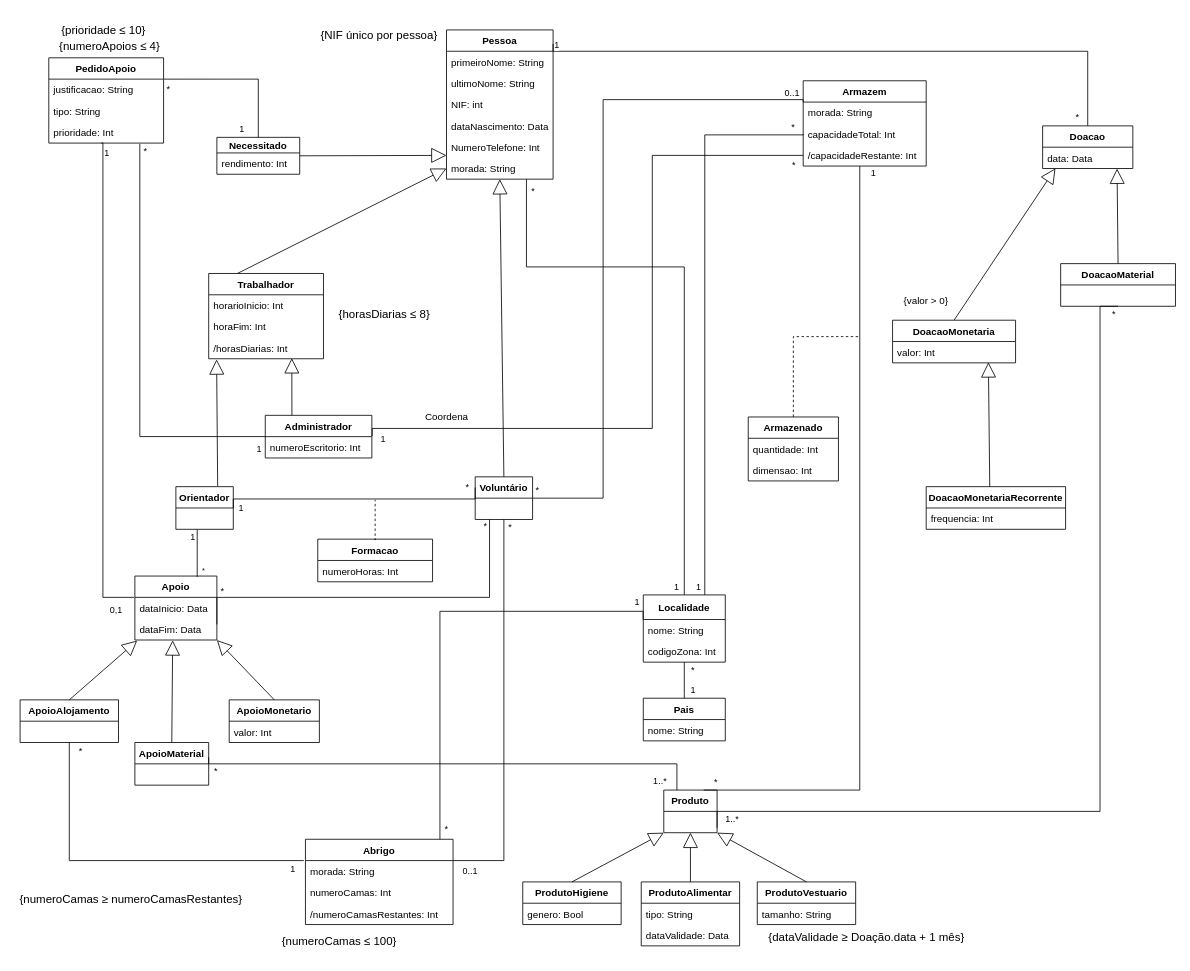
The draw.io diagram Delivery_I/diagram.drawio in francisco-rente/FEUP-BDAD, before the edit. Source tidied: cells renumbered, new cells numbered last; positions are measured from the earlier drawing's top-left corner, leaving out a move shared by most shapes. Both pictures are drawn from the tidied source at 82%, with x=0, y=0 at pixel (14, 25).
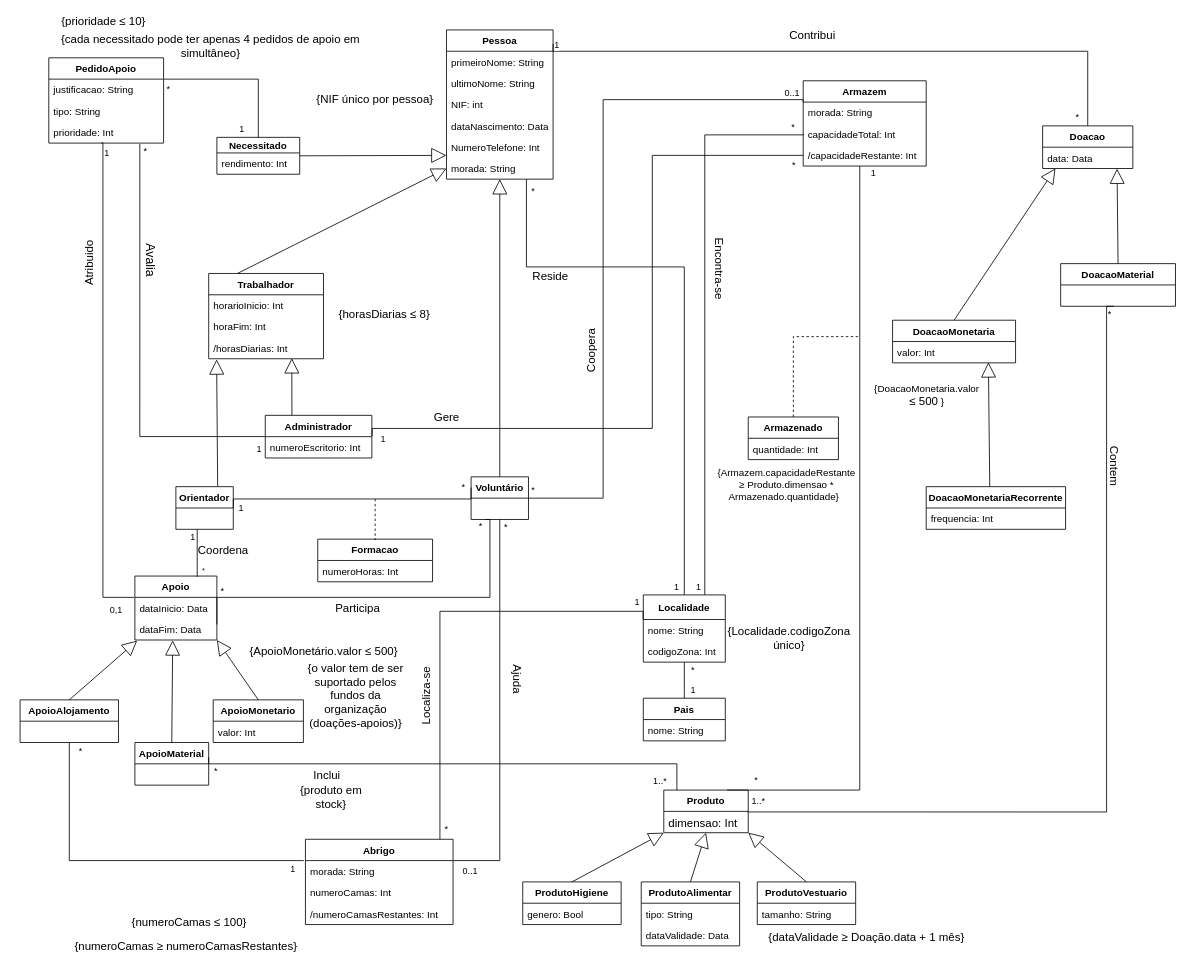
The same diagram, later.

Commit message (it also covers changes not shown here):
added diagram with updated constraints

The change refers to these unchanged cells:
```xml
<mxCell id="46" value="DoacaoMaterial" style="swimlane;fontStyle=1;horizontal=1;startSize=26;fillColor=none;" parent="1" vertex="1">
  <mxGeometry x="1276" y="291" width="140" height="52" as="geometry" />
</mxCell>
<mxCell id="70" style="endArrow=none;html=1;edgeStyle=orthogonalEdgeStyle;rounded=0;entryX=0.75;entryY=0;entryDx=0;entryDy=0;" parent="1" edge="1" source="18" target="29">
  <mxGeometry x="61.1" y="11.7" as="geometry">
    <Array as="points">
      <mxPoint x="1031" y="933" />
    </Array>
  </mxGeometry>
</mxCell>
<mxCell id="103" value="Formacao" style="swimlane;fontStyle=1;horizontal=1;startSize=26;fillColor=none;" parent="1" vertex="1">
  <mxGeometry x="370" y="627" width="140" height="52" as="geometry" />
</mxCell>
```

The edit, as a diff of the source:
```diff
@@
     <mxCell id="13" value="Voluntário" style="swimlane;fontStyle=1;horizontal=1;startSize=26;fillColor=none;" parent="1" vertex="1">
-      <mxGeometry x="562" y="551" width="70" height="52" as="geometry" />
+      <mxGeometry x="557" y="551" width="70" height="52" as="geometry" />
     </mxCell>
@@
     <mxCell id="23" value="ApoioMonetario" style="swimlane;fontStyle=1;horizontal=1;startSize=26;fillColor=none;" parent="1" vertex="1">
-      <mxGeometry x="262" y="823" width="110" height="52" as="geometry" />
+      <mxGeometry x="242.5" y="823" width="110" height="52" as="geometry" />
     </mxCell>
@@
     <mxCell id="29" value="Produto" style="swimlane;fontStyle=1;horizontal=1;startSize=26;fillColor=none;" parent="1" vertex="1">
-      <mxGeometry x="792" y="933" width="65" height="52" as="geometry" />
+      <mxGeometry x="792" y="933" width="103" height="52" as="geometry" />
     </mxCell>
+    <mxCell id="43" value="dimensao: Int" style="text;strokeColor=none;fillColor=none;align=left;verticalAlign=top;spacingLeft=4;spacingRight=4;overflow=hidden;points=[[0,0.5],[1,0.5]];portConstraint=eastwest;fontSize=14;" parent="29" vertex="1">
+      <mxGeometry y="26" width="103" height="26" as="geometry" />
+    </mxCell>
@@
     <mxCell id="41" value="Armazenado" style="swimlane;fontStyle=1;horizontal=1;startSize=26;fillColor=none;" parent="1" vertex="1">
-      <mxGeometry x="895" y="478" width="110" height="78" as="geometry" />
+      <mxGeometry x="895" y="478" width="110" height="52" as="geometry" />
     </mxCell>
@@
-    <mxCell id="43" value="dimensao: Int" style="text;strokeColor=none;fillColor=none;align=left;verticalAlign=top;spacingLeft=4;spacingRight=4;overflow=hidden;points=[[0,0.5],[1,0.5]];portConstraint=eastwest;" parent="41" vertex="1">
-      <mxGeometry y="52" width="110" height="26" as="geometry" />
-    </mxCell>
@@
     <mxCell id="72" value="*" style="edgeLabel;html=1;align=right;verticalAlign=bottom;" parent="70" vertex="1">
       <mxGeometry x="1" relative="1" as="geometry">
-        <mxPoint x="17.2" y="-2" as="offset" />
+        <mxPoint x="37.8" y="-4" as="offset" />
       </mxGeometry>
     </mxCell>
@@
     <mxCell id="97" value="&lt;font style=&quot;font-size: 14px&quot;&gt;{&lt;/font&gt;&lt;font style=&quot;font-size: 14px&quot;&gt;&lt;font style=&quot;font-size: 14px&quot;&gt;numeroCamas ≥&amp;nbsp;&lt;/font&gt;&lt;/font&gt;&lt;font style=&quot;font-size: 14px&quot;&gt;&lt;font style=&quot;font-size: 14px&quot;&gt;&lt;font style=&quot;font-size: 14px&quot;&gt;numeroCamasRestantes&lt;/font&gt;&lt;/font&gt;}&lt;/font&gt;" style="text;html=1;strokeColor=none;fillColor=none;align=center;verticalAlign=middle;whiteSpace=wrap;rounded=1;" parent="1" vertex="1">
-      <mxGeometry y="1052" width="285" height="28" as="geometry" />
+      <mxGeometry x="67" y="1109" width="285" height="28" as="geometry" />
     </mxCell>
@@
     <mxCell id="100" value="&lt;font style=&quot;font-size: 14px&quot;&gt;{NIF único por pessoa}&lt;/font&gt;" style="text;html=1;strokeColor=none;fillColor=none;align=center;verticalAlign=middle;whiteSpace=wrap;rounded=0;" parent="1" vertex="1">
-      <mxGeometry x="370" y="2" width="150" height="20" as="geometry" />
+      <mxGeometry x="365" y="80" width="150" height="20" as="geometry" />
     </mxCell>
     <mxCell id="101" value="&lt;font style=&quot;font-size: 14px&quot;&gt;{numeroCamas ≤ 100}&lt;/font&gt;" style="text;html=1;strokeColor=none;fillColor=none;align=center;verticalAlign=middle;whiteSpace=wrap;rounded=1;" parent="1" vertex="1">
-      <mxGeometry x="306" y="1109" width="181" height="18" as="geometry" />
+      <mxGeometry x="123" y="1085" width="181" height="18" as="geometry" />
     </mxCell>
-    <mxCell id="102" value="{valor &amp;gt; 0}" style="text;html=1;strokeColor=none;fillColor=none;align=center;verticalAlign=middle;whiteSpace=wrap;rounded=0;" parent="1" vertex="1">
-      <mxGeometry x="1082" y="327" width="60" height="20" as="geometry" />
+    <mxCell id="102" value="{DoacaoMonetaria.valor &lt;font style=&quot;font-size: 14px&quot;&gt;&lt;span class=&quot;box&quot;&gt;≤ 500&lt;/span&gt;&lt;/font&gt; }" style="text;html=1;strokeColor=none;fillColor=none;align=center;verticalAlign=middle;whiteSpace=wrap;rounded=0;" parent="1" vertex="1">
+      <mxGeometry x="1053" y="442" width="120" height="20" as="geometry" />
     </mxCell>
@@
-    <mxCell id="109" style="endArrow=none;html=1;edgeStyle=orthogonalEdgeStyle;rounded=0;exitX=0.5;exitY=1;exitDx=0;exitDy=0;" parent="1" edge="1" source="46">
-      <mxGeometry x="41" y="26" as="geometry">
-        <mxPoint x="857" y="979" as="targetPoint" />
+    <mxCell id="109" style="endArrow=none;html=1;edgeStyle=orthogonalEdgeStyle;rounded=0;exitX=0.5;exitY=1;exitDx=0;exitDy=0;entryX=0.99;entryY=0.026;entryDx=0;entryDy=0;entryPerimeter=0;" parent="1" edge="1" target="43">
+      <mxGeometry x="36" y="26" as="geometry">
+        <mxPoint x="1341" y="343" as="sourcePoint" />
         <Array as="points">
-          <mxPoint x="1324" y="959" />
-          <mxPoint x="857" y="959" />
+          <mxPoint x="1332" y="343" />
+          <mxPoint x="1332" y="960" />
         </Array>
       </mxGeometry>
     </mxCell>
@@
     <mxCell id="111" value="1..*" style="edgeLabel;html=1;align=right;verticalAlign=bottom;" parent="109" vertex="1">
       <mxGeometry x="1" relative="1" as="geometry">
-        <mxPoint x="27" y="-3" as="offset" />
+        <mxPoint x="22.7" y="-4.7" as="offset" />
       </mxGeometry>
     </mxCell>
@@
-    <mxCell id="128" value="&lt;font style=&quot;font-size: 14px&quot;&gt;{numeroApoios &lt;/font&gt;&lt;font style=&quot;font-size: 14px&quot;&gt;&lt;span class=&quot;box&quot;&gt;≤&lt;/span&gt;&lt;/font&gt;&lt;font style=&quot;font-size: 14px&quot;&gt;&lt;span class=&quot;box&quot;&gt; &lt;/span&gt;4}&lt;/font&gt;" style="text;html=1;strokeColor=none;fillColor=none;align=center;verticalAlign=middle;whiteSpace=wrap;rounded=0;" parent="1" vertex="1">
-      <mxGeometry x="51" y="19" width="131" height="13" as="geometry" />
+    <mxCell id="128" value="{cada necessitado pode ter apenas 4 pedidos de apoio em simultâneo}" style="text;html=1;strokeColor=none;fillColor=none;align=center;verticalAlign=middle;whiteSpace=wrap;rounded=0;fontSize=14;" parent="1" vertex="1">
+      <mxGeometry x="42" y="18" width="395" height="13" as="geometry" />
     </mxCell>
     <mxCell id="129" value="&lt;font style=&quot;font-size: 14px&quot;&gt;{prioridade&lt;/font&gt;&lt;font style=&quot;font-size: 14px&quot;&gt;&lt;span class=&quot;box&quot;&gt; ≤ 10&lt;/span&gt;}&lt;/font&gt;" style="text;html=1;strokeColor=none;fillColor=none;align=center;verticalAlign=middle;whiteSpace=wrap;rounded=0;" parent="1" vertex="1">
-      <mxGeometry x="51" width="116" height="13" as="geometry" />
+      <mxGeometry x="51" y="-11" width="116" height="13" as="geometry" />
     </mxCell>
@@
     <mxCell id="136" style="endArrow=none;html=1;edgeStyle=orthogonalEdgeStyle;rounded=0;dashed=1;exitX=0.5;exitY=0;exitDx=0;exitDy=0;" parent="1" edge="1" source="103">
       <mxGeometry relative="1" as="geometry">
-        <mxPoint x="440" y="579" as="targetPoint" />
+        <mxPoint x="440" y="578" as="targetPoint" />
         <Array as="points">
           <mxPoint x="440" y="628" />
         </Array>
       </mxGeometry>
     </mxCell>
@@
-    <mxCell id="143" value="Coordena" style="text;html=1;strokeColor=none;fillColor=none;align=center;verticalAlign=middle;whiteSpace=wrap;rounded=0;" parent="1" vertex="1">
+    <mxCell id="143" value="&lt;font style=&quot;font-size: 14px&quot;&gt;Gere&lt;/font&gt;" style="text;html=1;strokeColor=none;fillColor=none;align=center;verticalAlign=middle;whiteSpace=wrap;rounded=0;" parent="1" vertex="1">
       <mxGeometry x="493" y="468" width="69" height="20" as="geometry" />
     </mxCell>
+    <mxCell id="144" value="&lt;font style=&quot;font-size: 15px&quot;&gt;Avalia&lt;/font&gt;" style="text;html=1;strokeColor=none;fillColor=none;align=center;verticalAlign=middle;whiteSpace=wrap;rounded=0;rotation=90;" parent="1" vertex="1">
+      <mxGeometry x="147" y="277" width="40" height="20" as="geometry" />
+    </mxCell>
+    <mxCell id="145" value="Atribuido" style="text;html=1;strokeColor=none;fillColor=none;align=center;verticalAlign=middle;whiteSpace=wrap;rounded=0;rotation=-90;fontSize=14;" parent="1" vertex="1">
+      <mxGeometry x="72" y="280" width="40" height="20" as="geometry" />
+    </mxCell>
+    <mxCell id="146" value="&lt;font style=&quot;font-size: 14px&quot;&gt;Participa&lt;/font&gt;" style="text;html=1;strokeColor=none;fillColor=none;align=center;verticalAlign=middle;whiteSpace=wrap;rounded=0;fontSize=14;" parent="1" vertex="1">
+      <mxGeometry x="399" y="701" width="40" height="20" as="geometry" />
+    </mxCell>
+    <mxCell id="147" value="Coordena" style="text;html=1;strokeColor=none;fillColor=none;align=center;verticalAlign=middle;whiteSpace=wrap;rounded=0;fontSize=14;" parent="1" vertex="1">
+      <mxGeometry x="235" y="631" width="40" height="20" as="geometry" />
+    </mxCell>
+    <mxCell id="148" value="Ajuda" style="text;html=1;strokeColor=none;fillColor=none;align=center;verticalAlign=middle;whiteSpace=wrap;rounded=0;fontSize=14;rotation=90;" parent="1" vertex="1">
+      <mxGeometry x="594" y="788" width="40" height="20" as="geometry" />
+    </mxCell>
+    <mxCell id="149" value="Contribui" style="text;html=1;strokeColor=none;fillColor=none;align=center;verticalAlign=middle;whiteSpace=wrap;rounded=0;fontSize=14;" parent="1" vertex="1">
+      <mxGeometry x="936" y="2" width="75" height="20" as="geometry" />
+    </mxCell>
+    <mxCell id="150" value="Reside" style="text;html=1;strokeColor=none;fillColor=none;align=center;verticalAlign=middle;whiteSpace=wrap;rounded=0;fontSize=14;" parent="1" vertex="1">
+      <mxGeometry x="634" y="297" width="40" height="20" as="geometry" />
+    </mxCell>
+    <mxCell id="151" value="Localiza-se" style="text;html=1;strokeColor=none;fillColor=none;align=center;verticalAlign=middle;whiteSpace=wrap;rounded=0;fontSize=14;rotation=-90;" parent="1" vertex="1">
+      <mxGeometry x="463" y="808" width="79" height="20" as="geometry" />
+    </mxCell>
+    <mxCell id="152" value="Encontra-se" style="text;html=1;strokeColor=none;fillColor=none;align=center;verticalAlign=middle;whiteSpace=wrap;rounded=0;fontSize=14;rotation=90;" parent="1" vertex="1">
+      <mxGeometry x="818" y="287.5" width="85" height="20" as="geometry" />
+    </mxCell>
+    <mxCell id="153" value="Inclui" style="text;html=1;strokeColor=none;fillColor=none;align=center;verticalAlign=middle;whiteSpace=wrap;rounded=0;fontSize=14;" parent="1" vertex="1">
+      <mxGeometry x="359" y="905" width="45" height="20" as="geometry" />
+    </mxCell>
+    <mxCell id="154" value="Contem" style="text;html=1;strokeColor=none;fillColor=none;align=center;verticalAlign=middle;whiteSpace=wrap;rounded=0;fontSize=14;rotation=90;" parent="1" vertex="1">
+      <mxGeometry x="1322" y="528" width="40" height="20" as="geometry" />
+    </mxCell>
+    <mxCell id="155" value="Coopera" style="text;html=1;strokeColor=none;fillColor=none;align=center;verticalAlign=middle;whiteSpace=wrap;rounded=0;rotation=-90;fontSize=14;" parent="1" vertex="1">
+      <mxGeometry x="684" y="387" width="40" height="20" as="geometry" />
+    </mxCell>
+    <mxCell id="156" value="{ApoioMonetário.valor &lt;font style=&quot;font-size: 14px&quot;&gt;&lt;span class=&quot;box&quot;&gt;≤ 500}&lt;/span&gt;&lt;/font&gt;" style="text;html=1;strokeColor=none;fillColor=none;align=center;verticalAlign=middle;whiteSpace=wrap;rounded=0;fontSize=14;" parent="1" vertex="1">
+      <mxGeometry x="284" y="754" width="187" height="20" as="geometry" />
+    </mxCell>
+    <mxCell id="157" value="{o valor tem de ser suportado pelos fundos da organização (doações-apoios)}" style="text;html=1;strokeColor=none;fillColor=none;align=center;verticalAlign=middle;whiteSpace=wrap;rounded=0;fontSize=14;" parent="1" vertex="1">
+      <mxGeometry x="355" y="808" width="123" height="20" as="geometry" />
+    </mxCell>
+    <mxCell id="158" value="{produto em stock}" style="text;html=1;strokeColor=none;fillColor=none;align=center;verticalAlign=middle;whiteSpace=wrap;rounded=0;fontSize=14;" parent="1" vertex="1">
+      <mxGeometry x="342" y="931" width="89" height="20" as="geometry" />
+    </mxCell>
+    <mxCell id="159" value="{Localidade.codigoZona único}" style="text;html=1;strokeColor=none;fillColor=none;align=center;verticalAlign=middle;whiteSpace=wrap;rounded=0;fontSize=14;" parent="1" vertex="1">
+      <mxGeometry x="925" y="737" width="40" height="20" as="geometry" />
+    </mxCell>
+    <mxCell id="160" value="{Armazem.capacidadeRestante &lt;font style=&quot;font-size: 12px&quot;&gt;&lt;font style=&quot;font-size: 12px&quot;&gt;≥ &lt;/font&gt;&lt;/font&gt;Produto.dimensao * Armazenado.quantidade} &amp;nbsp; " style="text;html=1;strokeColor=none;fillColor=none;align=center;verticalAlign=middle;whiteSpace=wrap;rounded=0;fontSize=12;" parent="1" vertex="1">
+      <mxGeometry x="922" y="551" width="40" height="20" as="geometry" />
+    </mxCell>
```
